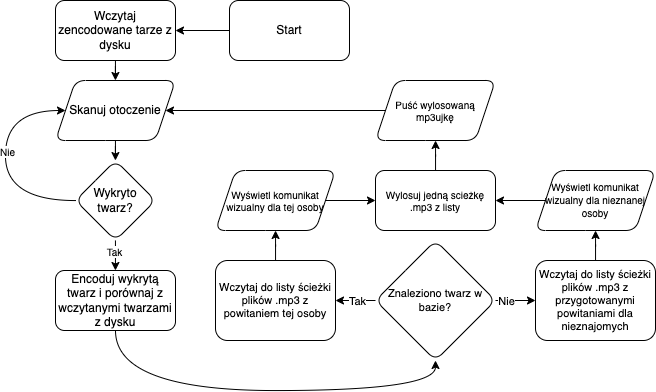
Cooookiez/UWr-Praca-inzynierska-pisana keeps this draw.io diagram as imgs/glowny.drawio.png. Above is the earlier version. Source tidied: cells renumbered, new cells last; positions are measured from the earlier drawing's top-left corner, leaving out a move shared by most shapes.
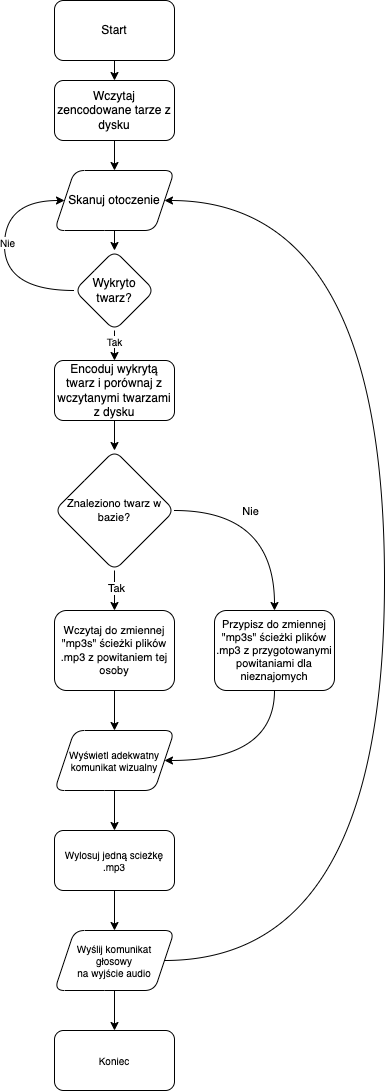
After the commit.

Change to the diagram source:
```diff
@@ -2,17 +2,17 @@
   <root>
     <mxCell id="0" />
     <mxCell id="1" parent="0" />
-    <mxCell id="2" style="edgeStyle=orthogonalEdgeStyle;jettySize=auto;html=1;curved=1;strokeColor=default;" parent="1" edge="1" source="3" target="5">
+    <mxCell id="2" style="edgeStyle=orthogonalEdgeStyle;shape=connector;curved=1;jettySize=auto;html=1;exitX=0.5;exitY=1;exitDx=0;exitDy=0;entryX=0.5;entryY=0;entryDx=0;entryDy=0;labelBackgroundColor=default;fontFamily=Helvetica;fontSize=10;fontColor=default;endArrow=classic;strokeColor=default;" parent="1" edge="1" source="3" target="5">
       <mxGeometry relative="1" as="geometry" />
     </mxCell>
     <mxCell id="3" value="Start" style="rounded=1;whiteSpace=wrap;html=1;" parent="1" vertex="1">
-      <mxGeometry x="224" width="120" height="60" as="geometry" />
+      <mxGeometry x="50" y="-90" width="120" height="60" as="geometry" />
     </mxCell>
-    <mxCell id="4" style="edgeStyle=orthogonalEdgeStyle;shape=connector;curved=1;rounded=1;jettySize=auto;html=1;labelBackgroundColor=default;fontFamily=Helvetica;fontSize=11;fontColor=default;endArrow=classic;strokeColor=default;" parent="1" edge="1" source="5" target="7">
+    <mxCell id="4" style="edgeStyle=orthogonalEdgeStyle;shape=connector;curved=1;jettySize=auto;html=1;exitX=0.5;exitY=1;exitDx=0;exitDy=0;entryX=0.5;entryY=0;entryDx=0;entryDy=0;labelBackgroundColor=default;fontFamily=Helvetica;fontSize=10;fontColor=default;endArrow=classic;strokeColor=default;" parent="1" edge="1" source="5" target="7">
       <mxGeometry relative="1" as="geometry" />
     </mxCell>
     <mxCell id="5" value="Wczytaj zencodowane tarze z dysku" style="rounded=1;whiteSpace=wrap;html=1;" parent="1" vertex="1">
-      <mxGeometry x="50" width="120" height="60" as="geometry" />
+      <mxGeometry x="50" y="-10" width="120" height="60" as="geometry" />
     </mxCell>
     <mxCell id="6" style="edgeStyle=orthogonalEdgeStyle;shape=connector;curved=1;rounded=1;jettySize=auto;html=1;labelBackgroundColor=default;fontFamily=Helvetica;fontSize=11;fontColor=default;endArrow=classic;strokeColor=default;" parent="1" edge="1" source="7" target="12">
       <mxGeometry relative="1" as="geometry" />
@@ -42,13 +42,8 @@
     <mxCell id="12" value="Wykryto twarz?" style="rhombus;whiteSpace=wrap;html=1;rounded=1;" parent="1" vertex="1">
       <mxGeometry x="70" y="160" width="80" height="80" as="geometry" />
     </mxCell>
-    <mxCell id="13" style="edgeStyle=orthogonalEdgeStyle;shape=connector;curved=1;jettySize=auto;html=1;exitX=0.5;exitY=1;exitDx=0;exitDy=0;entryX=0.5;entryY=1;entryDx=0;entryDy=0;labelBackgroundColor=default;fontFamily=Helvetica;fontSize=10;fontColor=default;endArrow=classic;strokeColor=default;" parent="1" edge="1" source="14" target="19">
-      <mxGeometry relative="1" as="geometry">
-        <Array as="points">
-          <mxPoint x="110" y="390" />
-          <mxPoint x="430" y="390" />
-        </Array>
-      </mxGeometry>
+    <mxCell id="13" style="edgeStyle=orthogonalEdgeStyle;shape=connector;curved=1;jettySize=auto;html=1;entryX=0.5;entryY=0;entryDx=0;entryDy=0;labelBackgroundColor=default;fontFamily=Helvetica;fontSize=10;fontColor=default;endArrow=classic;strokeColor=default;" parent="1" edge="1" source="14" target="19">
+      <mxGeometry relative="1" as="geometry" />
     </mxCell>
     <mxCell id="14" value="Encoduj wykrytą twarz i porównaj z wczytanymi twarzami z dysku" style="whiteSpace=wrap;html=1;rounded=1;" parent="1" vertex="1">
       <mxGeometry x="50" y="270" width="120" height="60" as="geometry" />
@@ -70,43 +65,52 @@
       </mxGeometry>
     </mxCell>
     <mxCell id="19" value="Znaleziono twarz w bazie?" style="rhombus;whiteSpace=wrap;html=1;rounded=1;fontSize=11;verticalAlign=middle;" parent="1" vertex="1">
-      <mxGeometry x="370" y="240" width="120" height="120" as="geometry" />
+      <mxGeometry x="50" y="360" width="120" height="120" as="geometry" />
     </mxCell>
     <mxCell id="20" style="edgeStyle=orthogonalEdgeStyle;shape=connector;curved=1;jettySize=auto;html=1;labelBackgroundColor=default;fontFamily=Helvetica;fontSize=11;fontColor=default;endArrow=classic;strokeColor=default;" parent="1" edge="1" source="21" target="25">
       <mxGeometry relative="1" as="geometry" />
     </mxCell>
-    <mxCell id="21" value="Wczytaj do listy ścieżki plików .mp3 z powitaniem tej osoby" style="whiteSpace=wrap;html=1;fontSize=11;rounded=1;" parent="1" vertex="1">
-      <mxGeometry x="210" y="260" width="120" height="80" as="geometry" />
+    <mxCell id="21" value="Wczytaj do zmiennej &quot;mp3s&quot; ścieżki plików .mp3 z powitaniem tej osoby" style="whiteSpace=wrap;html=1;fontSize=11;rounded=1;" parent="1" vertex="1">
+      <mxGeometry x="50" y="520" width="120" height="80" as="geometry" />
     </mxCell>
-    <mxCell id="22" style="edgeStyle=orthogonalEdgeStyle;shape=connector;curved=1;jettySize=auto;html=1;labelBackgroundColor=default;fontFamily=Helvetica;fontSize=10;fontColor=default;endArrow=classic;strokeColor=default;" parent="1" edge="1" source="23" target="27">
-      <mxGeometry relative="1" as="geometry" />
+    <mxCell id="22" style="edgeStyle=orthogonalEdgeStyle;shape=connector;curved=1;jettySize=auto;html=1;labelBackgroundColor=default;fontFamily=Helvetica;fontSize=10;fontColor=default;endArrow=classic;strokeColor=default;entryX=1;entryY=0.5;entryDx=0;entryDy=0;" parent="1" edge="1" source="23" target="25">
+      <mxGeometry relative="1" as="geometry">
+        <Array as="points">
+          <mxPoint x="270" y="670" />
+        </Array>
+      </mxGeometry>
     </mxCell>
-    <mxCell id="23" value="&lt;span style=&quot;&quot;&gt;Wczytaj do listy ścieżki plików .mp3 z przygotowanymi&lt;br&gt;powitaniami dla nieznajomych&lt;/span&gt;" style="whiteSpace=wrap;html=1;fontSize=11;rounded=1;" parent="1" vertex="1">
-      <mxGeometry x="530" y="260" width="120" height="80" as="geometry" />
+    <mxCell id="23" value="&lt;span style=&quot;&quot;&gt;Przypisz do zmiennej &quot;mp3s&quot; ścieżki plików .mp3 z przygotowanymi&lt;br&gt;powitaniami dla nieznajomych&lt;/span&gt;" style="whiteSpace=wrap;html=1;fontSize=11;rounded=1;" parent="1" vertex="1">
+      <mxGeometry x="210" y="520" width="120" height="80" as="geometry" />
     </mxCell>
-    <mxCell id="24" style="edgeStyle=orthogonalEdgeStyle;shape=connector;curved=1;jettySize=auto;html=1;exitX=1;exitY=0.5;exitDx=0;exitDy=0;entryX=0;entryY=0.5;entryDx=0;entryDy=0;labelBackgroundColor=default;fontFamily=Helvetica;fontSize=10;fontColor=default;endArrow=classic;strokeColor=default;" parent="1" edge="1" source="25" target="29">
+    <mxCell id="24" style="edgeStyle=orthogonalEdgeStyle;shape=connector;curved=1;jettySize=auto;html=1;exitX=0.5;exitY=1;exitDx=0;exitDy=0;entryX=0.5;entryY=0;entryDx=0;entryDy=0;labelBackgroundColor=default;fontFamily=Helvetica;fontSize=10;fontColor=default;endArrow=classic;strokeColor=default;" parent="1" edge="1" source="25" target="29">
       <mxGeometry relative="1" as="geometry" />
     </mxCell>
-    <mxCell id="25" value="Wyświetl komunikat wizualny dla tej osoby" style="shape=parallelogram;perimeter=parallelogramPerimeter;whiteSpace=wrap;html=1;fixedSize=1;fontSize=10;rounded=1;horizontal=1;" parent="1" vertex="1">
-      <mxGeometry x="210" y="170" width="120" height="60" as="geometry" />
+    <mxCell id="25" value="Wyświetl adekwatny komunikat wizualny" style="shape=parallelogram;perimeter=parallelogramPerimeter;whiteSpace=wrap;html=1;fixedSize=1;fontSize=10;rounded=1;horizontal=1;" parent="1" vertex="1">
+      <mxGeometry x="50" y="640" width="120" height="60" as="geometry" />
     </mxCell>
-    <mxCell id="26" style="edgeStyle=orthogonalEdgeStyle;shape=connector;curved=1;jettySize=auto;html=1;exitX=0;exitY=0.5;exitDx=0;exitDy=0;entryX=1;entryY=0.5;entryDx=0;entryDy=0;labelBackgroundColor=default;fontFamily=Helvetica;fontSize=10;fontColor=default;endArrow=classic;strokeColor=default;" parent="1" edge="1" source="27" target="29">
-      <mxGeometry relative="1" as="geometry" />
-    </mxCell>
-    <mxCell id="27" value="&lt;span style=&quot;font-size: 10px;&quot;&gt;Wyświetl komunikat wizualny dla nieznanej osoby&lt;/span&gt;" style="shape=parallelogram;perimeter=parallelogramPerimeter;whiteSpace=wrap;html=1;fixedSize=1;fontSize=11;rounded=1;" parent="1" vertex="1">
-      <mxGeometry x="530" y="170" width="120" height="60" as="geometry" />
-    </mxCell>
     <mxCell id="28" style="edgeStyle=orthogonalEdgeStyle;shape=connector;curved=1;jettySize=auto;html=1;labelBackgroundColor=default;fontFamily=Helvetica;fontSize=10;fontColor=default;endArrow=classic;strokeColor=default;" parent="1" edge="1" source="29" target="31">
       <mxGeometry relative="1" as="geometry" />
     </mxCell>
-    <mxCell id="29" value="Wylosuj jedną scieżkę .mp3 z listy" style="rounded=1;whiteSpace=wrap;html=1;fontFamily=Helvetica;fontSize=10;fontColor=default;" parent="1" vertex="1">
-      <mxGeometry x="370" y="170" width="120" height="60" as="geometry" />
+    <mxCell id="29" value="Wylosuj jedną scieżkę .mp3" style="rounded=1;whiteSpace=wrap;html=1;fontFamily=Helvetica;fontSize=10;fontColor=default;" parent="1" vertex="1">
+      <mxGeometry x="50" y="740" width="120" height="60" as="geometry" />
     </mxCell>
+    <mxCell id="32" style="edgeStyle=orthogonalEdgeStyle;shape=connector;curved=1;jettySize=auto;html=1;labelBackgroundColor=default;fontFamily=Helvetica;fontSize=10;fontColor=default;endArrow=classic;strokeColor=default;" parent="1" edge="1" source="31" target="33">
+      <mxGeometry relative="1" as="geometry" />
+    </mxCell>
-    <mxCell id="30" style="edgeStyle=orthogonalEdgeStyle;shape=connector;curved=1;jettySize=auto;html=1;exitX=0;exitY=0.5;exitDx=0;exitDy=0;labelBackgroundColor=default;fontFamily=Helvetica;fontSize=10;fontColor=default;endArrow=classic;strokeColor=default;" parent="1" edge="1" source="31" target="7">
-      <mxGeometry relative="1" as="geometry" />
+    <mxCell id="30" style="edgeStyle=orthogonalEdgeStyle;shape=connector;curved=1;jettySize=auto;html=1;labelBackgroundColor=default;fontFamily=Helvetica;fontSize=10;fontColor=default;endArrow=classic;strokeColor=default;entryX=1;entryY=0.5;entryDx=0;entryDy=0;" parent="1" edge="1" source="31" target="7">
+      <mxGeometry relative="1" as="geometry">
+        <Array as="points">
+          <mxPoint x="380" y="870" />
+          <mxPoint x="380" y="110" />
+        </Array>
+      </mxGeometry>
     </mxCell>
-    <mxCell id="31" value="Puść wylosowaną mp3ujkę" style="shape=parallelogram;perimeter=parallelogramPerimeter;whiteSpace=wrap;html=1;fixedSize=1;fontSize=10;rounded=1;" parent="1" vertex="1">
-      <mxGeometry x="370" y="80" width="120" height="60" as="geometry" />
+    <mxCell id="31" value="Wyślij komunikat&lt;br&gt;głosowy&lt;br&gt;na wyjście audio" style="shape=parallelogram;perimeter=parallelogramPerimeter;whiteSpace=wrap;html=1;fixedSize=1;fontSize=10;rounded=1;" parent="1" vertex="1">
+      <mxGeometry x="50" y="840" width="120" height="60" as="geometry" />
     </mxCell>
+    <mxCell id="33" value="Koniec" style="whiteSpace=wrap;html=1;fontSize=10;rounded=1;" parent="1" vertex="1">
+      <mxGeometry x="50" y="940" width="120" height="60" as="geometry" />
+    </mxCell>
   </root>
 </mxGraphModel>
```
